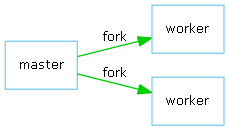
The Graphviz diagram doc/Graph/process_model/architecture.png in lingjf/nginx_analyse, before a commit. Its source is kept beside it as doc/Graph/process_model/architecture.gv.
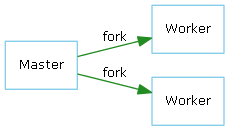
The same file after the commit.

What changed in the source:
```diff
@@ -1,14 +1,14 @@
 digraph ngx_process_architecture {
    rankdir=LR;
    node [shape=rect, color=skyblue, fontname="Verdana", fontsize=10];
-   edge [color=green3, fontname="Verdana", fontsize=10];
+   edge [color=forestgreen, fontname="Verdana", fontsize=10];
 
-    worker1 [label="worker"];
-    worker2 [label="worker"];
+    Worker1 [label="Worker"];
+    Worker2 [label="Worker"];
 
-    "master" -> worker1 [label="fork"];
-    "master" -> worker2 [label="fork"];
+    "Master" -> Worker1 [label="fork"];
+    "Master" -> Worker2 [label="fork"];
 
-    {rank=same; worker1; worker2;};
+    {rank=same; Worker1; Worker2;};
 
 }
```
